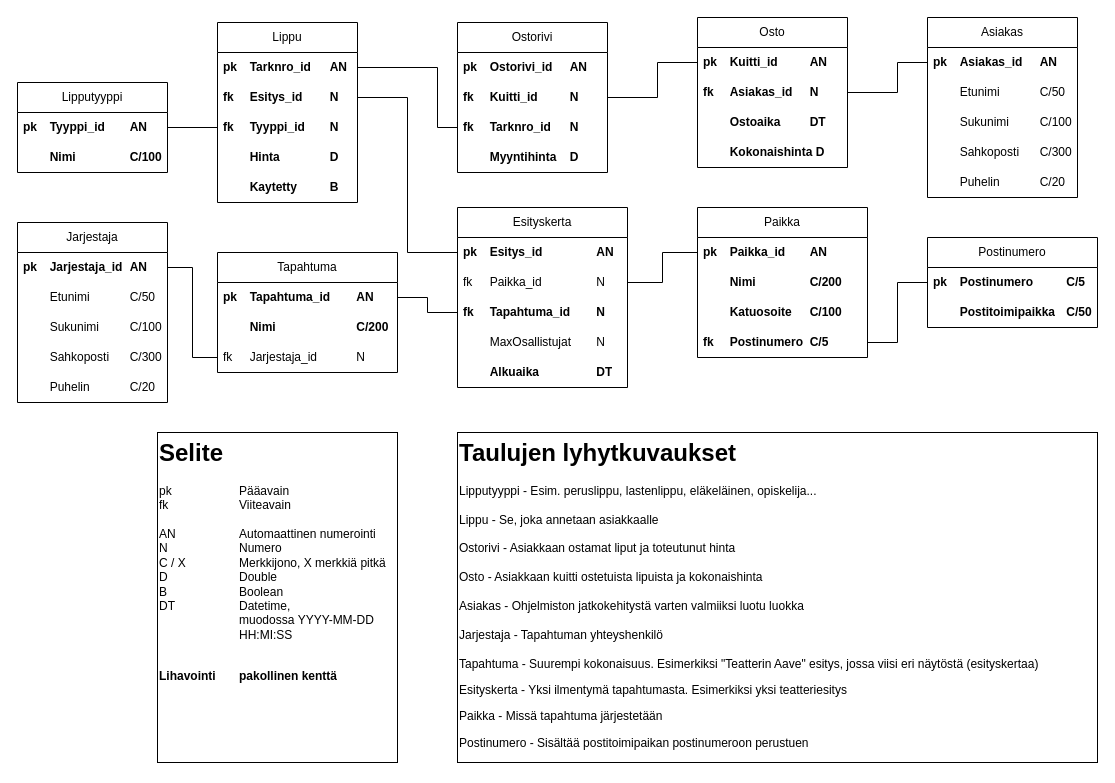
Before: page "Sinin muokkauksia" (4 of 5) of kuvat/tietokantakaavio.drawio in YKKOSET/Lippumyynti-ohjelma, a draw.io diagram. Source tidied: cells renumbered, new cells numbered last; positions are measured from the earlier drawing's top-left corner, leaving out a move shared by most shapes. Both pictures are drawn from the tidied source at 100%, with x=0, y=0 at pixel (17, 17).
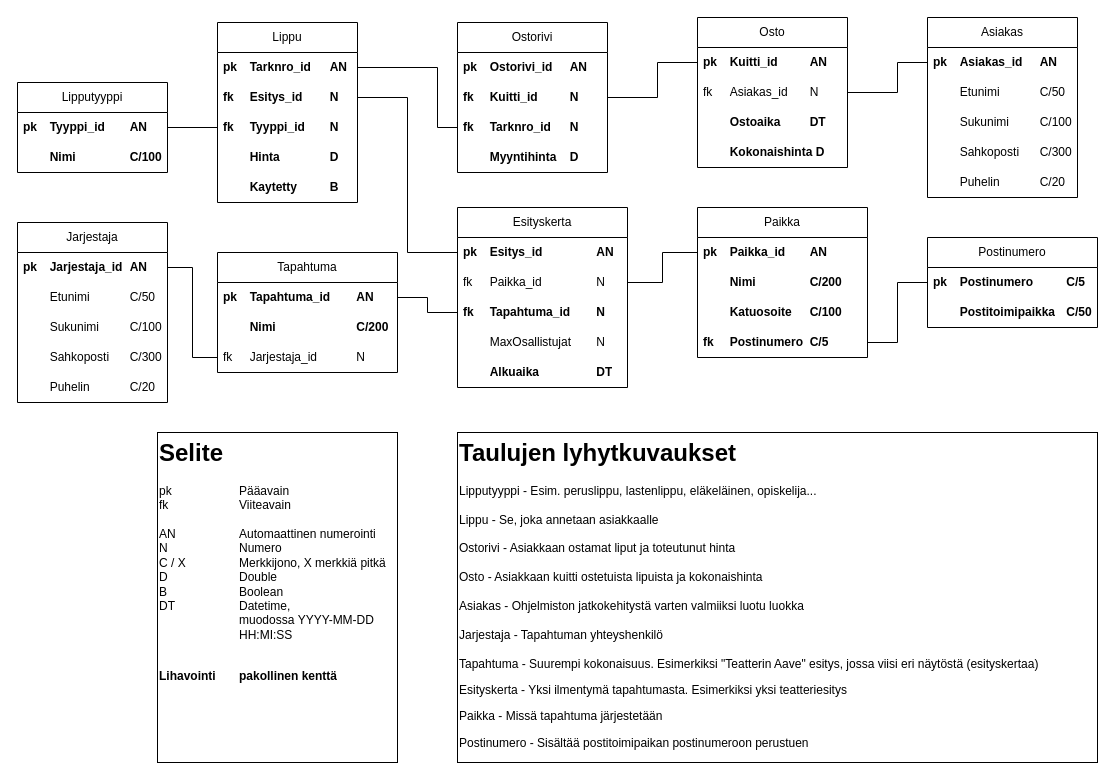
The same page after the edit.

Commit message (it also covers changes not shown here):
tietokantakaavio lisätty

The change refers to these unchanged cells:
```xml
<mxCell id="17" value="Osto" style="swimlane;fontStyle=0;horizontal=1;startSize=30;whiteSpace=wrap;html=1;" parent="1" vertex="1">
  <mxGeometry x="680" width="150" height="150" as="geometry" />
</mxCell>
```

The edit, as a diff of the source:
```diff
@@
-    <mxCell id="19" value="fk&lt;span style=&quot;white-space: pre;&quot;&gt;&#9;&lt;/span&gt;Asiakas_id&lt;span style=&quot;white-space: pre;&quot;&gt;&lt;span style=&quot;white-space: pre;&quot;&gt;&#9;&lt;/span&gt;&lt;/span&gt;N" style="text;strokeColor=none;fillColor=none;align=left;verticalAlign=middle;spacingLeft=4;spacingRight=4;overflow=hidden;points=[[0,0.5],[1,0.5]];portConstraint=eastwest;whiteSpace=wrap;html=1;fontStyle=1;" parent="17" vertex="1">
+    <mxCell id="19" value="fk&lt;span style=&quot;white-space: pre;&quot;&gt;&#9;&lt;/span&gt;Asiakas_id&lt;span style=&quot;white-space: pre;&quot;&gt;&lt;span style=&quot;white-space: pre;&quot;&gt;&#9;&lt;/span&gt;&lt;/span&gt;N" style="text;strokeColor=none;fillColor=none;align=left;verticalAlign=middle;spacingLeft=4;spacingRight=4;overflow=hidden;points=[[0,0.5],[1,0.5]];portConstraint=eastwest;whiteSpace=wrap;html=1;fontStyle=0;" parent="17" vertex="1">
       <mxGeometry y="60" width="150" height="30" as="geometry" />
     </mxCell>
```
